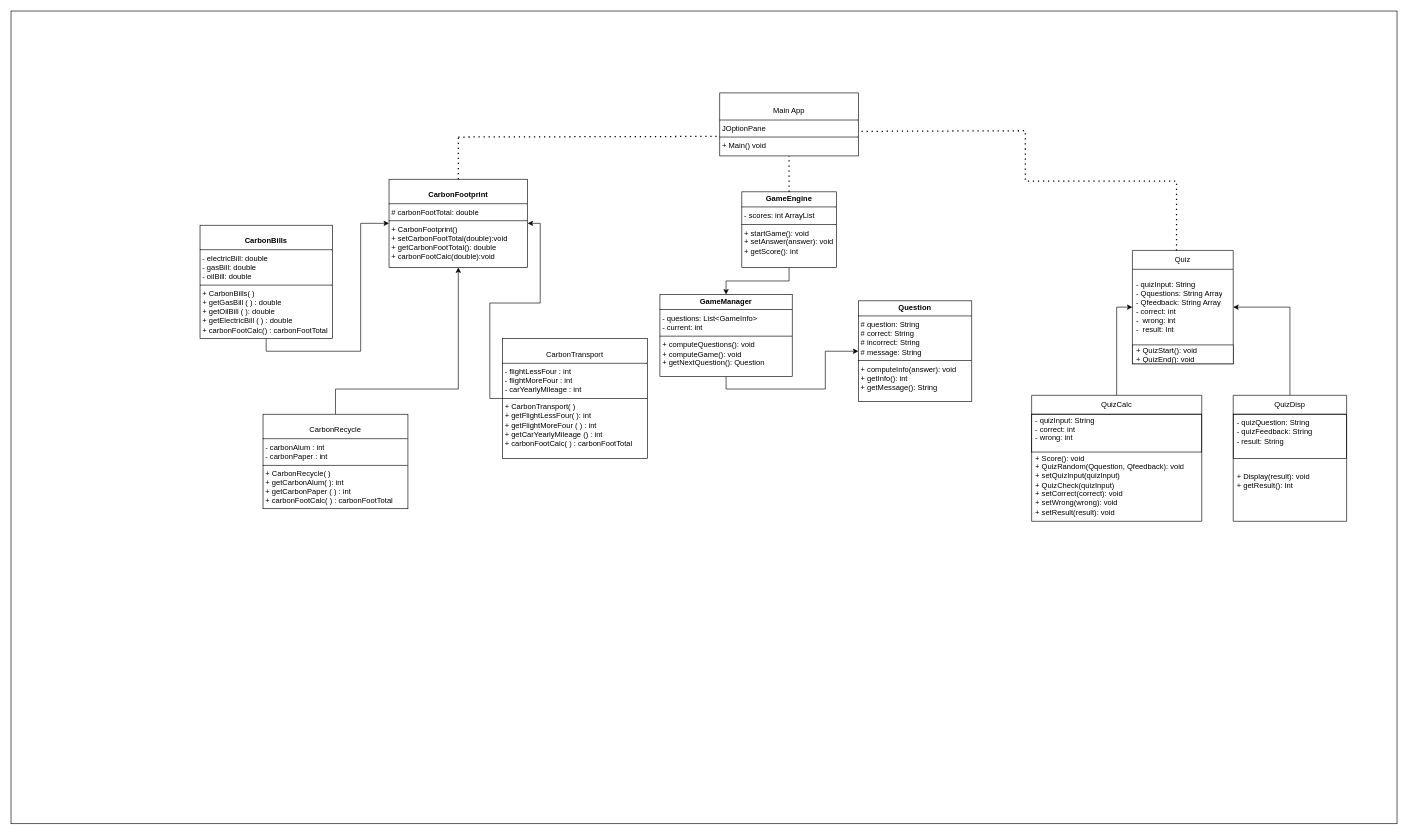
Earlier version of the draw.io diagram ClassDiagram.drawio (JordanTheCodeless/OOP_SDG_CA). Source tidied: cells renumbered, new cells numbered last; positions are measured from the earlier drawing's top-left corner, leaving out a move shared by most shapes. Both pictures are drawn from the tidied source at 63%, with x=0, y=0 at pixel (11, 11).
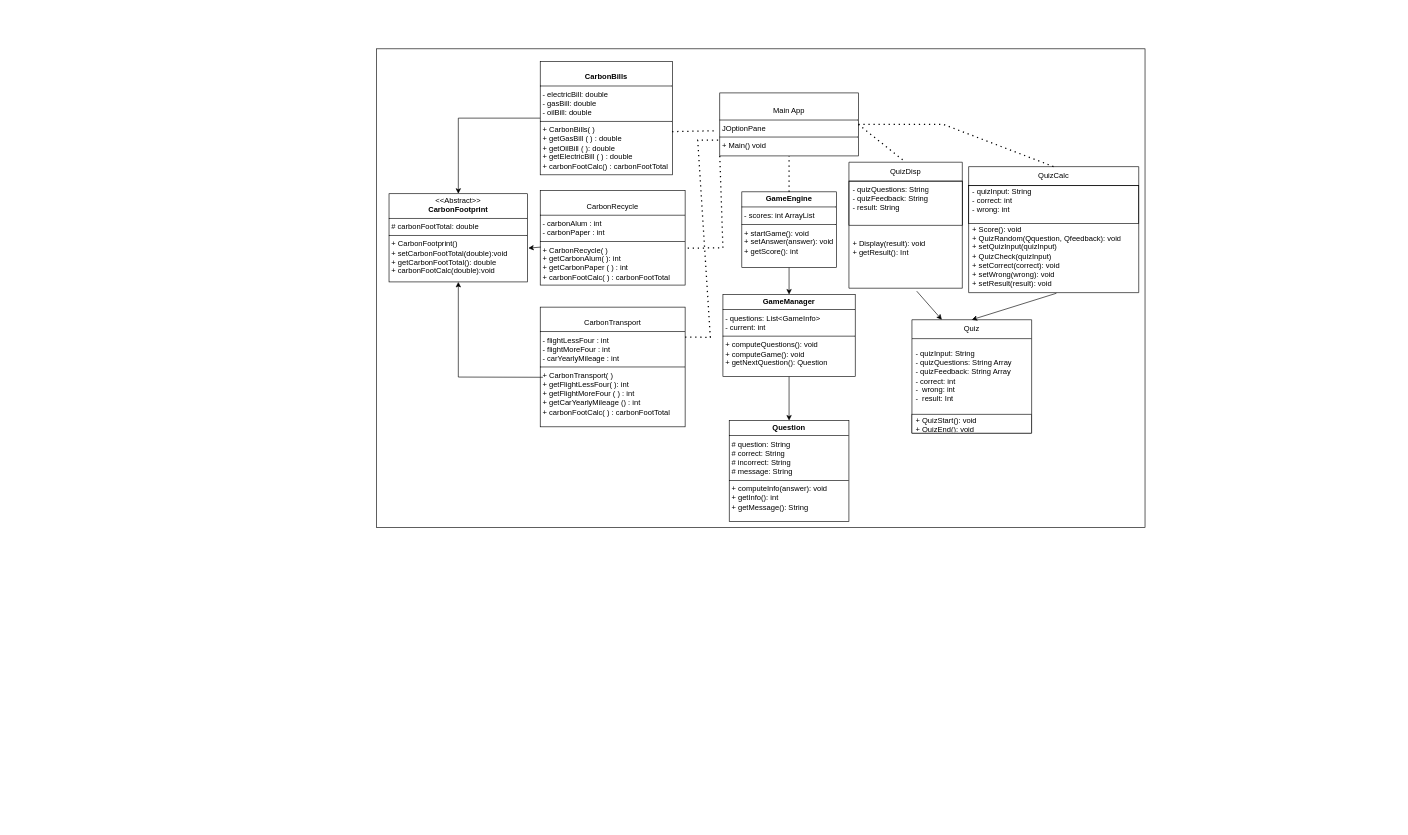
The same page after the edit.

Commit message (it also covers changes not shown here):
Class Diagram

The change refers to these unchanged cells:
```xml
<mxCell id="7" value="&lt;p style=&quot;margin:0px;margin-top:4px;text-align:center;&quot;&gt;&lt;b&gt;GameEngine&lt;/b&gt;&lt;/p&gt;&lt;hr size=&quot;1&quot; style=&quot;border-style:solid;&quot;&gt;&lt;p style=&quot;margin:0px;margin-left:4px;&quot;&gt;- scores: int ArrayList&amp;nbsp;&lt;/p&gt;&lt;hr size=&quot;1&quot; style=&quot;border-style:solid;&quot;&gt;&lt;p style=&quot;margin:0px;margin-left:4px;&quot;&gt;+ startGame(): void&lt;br&gt;&lt;/p&gt;&lt;p style=&quot;margin:0px;margin-left:4px;&quot;&gt;+ setAnswer(answer): void&lt;/p&gt;&lt;p style=&quot;margin:0px;margin-left:4px;&quot;&gt;+ getScore(): int&lt;/p&gt;" style="verticalAlign=top;align=left;overflow=fill;html=1;whiteSpace=wrap;" parent="1" vertex="1">
  <mxGeometry x="1160" y="287" width="150" height="120" as="geometry" />
</mxCell>
<mxCell id="18" value="&lt;div&gt;+ Score(): void&lt;br&gt;&lt;/div&gt;&lt;div&gt;+ QuizRandom(Qquestion, Qfeedback): void&lt;br&gt;&lt;/div&gt;&lt;div&gt;+ setQuizInput(quizInput)&lt;/div&gt;&lt;div&gt;+ QuizCheck(quizInput)&lt;br&gt;&lt;/div&gt;&lt;div&gt;+ setCorrect(correct): void&lt;br&gt;&lt;/div&gt;&lt;div&gt;+ setWrong(wrong): void&lt;br&gt;&lt;/div&gt;&lt;div&gt;+ setResult(result): void&lt;br&gt;&lt;/div&gt;&lt;div&gt;&lt;br&gt;&lt;/div&gt;" style="text;strokeColor=none;fillColor=none;align=left;verticalAlign=middle;spacingLeft=4;spacingRight=4;overflow=hidden;points=[[0,0.5],[1,0.5]];portConstraint=eastwest;whiteSpace=wrap;html=1;" parent="16" vertex="1">
  <mxGeometry y="90" width="270" height="110" as="geometry" />
</mxCell>
<mxCell id="22" value="&lt;div&gt;+ Display(result): void&lt;br&gt;&lt;/div&gt;&lt;div&gt;+ getResult(): Int&lt;br&gt;&lt;/div&gt;&lt;div&gt;&lt;br&gt;&lt;/div&gt;&lt;div&gt;&lt;br&gt;&lt;/div&gt;" style="text;strokeColor=none;fillColor=none;align=left;verticalAlign=middle;spacingLeft=4;spacingRight=4;overflow=hidden;points=[[0,0.5],[1,0.5]];portConstraint=eastwest;whiteSpace=wrap;html=1;" parent="20" vertex="1">
  <mxGeometry y="100" width="180" height="100" as="geometry" />
</mxCell>
<mxCell id="25" value="&lt;p style=&quot;margin:0px;margin-top:4px;text-align:center;&quot;&gt;&lt;br&gt;&lt;/p&gt;&lt;p style=&quot;margin:0px;margin-top:4px;text-align:center;&quot;&gt;Main App&lt;/p&gt;&lt;hr size=&quot;1&quot; style=&quot;border-style:solid;&quot;&gt;&lt;p style=&quot;margin:0px;margin-left:4px;&quot;&gt;JOptionPane&lt;/p&gt;&lt;hr size=&quot;1&quot; style=&quot;border-style:solid;&quot;&gt;&lt;p style=&quot;margin:0px;margin-left:4px;&quot;&gt;+ Main() void&lt;/p&gt;" style="verticalAlign=top;align=left;overflow=fill;html=1;whiteSpace=wrap;" parent="1" vertex="1">
  <mxGeometry x="1125" y="130" width="220" height="100" as="geometry" />
</mxCell>
```

Diff of the diagram source:
```diff
@@
     <mxCell id="2" style="rounded=0;whiteSpace=wrap;html=1;" parent="1" vertex="1">
-      <mxGeometry width="2200" height="1290" as="geometry" />
+      <mxGeometry x="580" y="60" width="1220" height="760" as="geometry" />
     </mxCell>
-    <mxCell id="3" value="&lt;p style=&quot;margin:0px;margin-top:4px;text-align:center;&quot;&gt;&lt;br&gt;&lt;b&gt;CarbonFootprint&lt;/b&gt;&lt;br&gt;&lt;/p&gt;&lt;hr size=&quot;1&quot; style=&quot;border-style:solid;&quot;&gt;&lt;p style=&quot;margin:0px;margin-left:4px;&quot;&gt;# carbonFootTotal: double&lt;br&gt;&lt;/p&gt;&lt;hr size=&quot;1&quot; style=&quot;border-style:solid;&quot;&gt;&lt;p style=&quot;margin:0px;margin-left:4px;&quot;&gt;+ CarbonFootprint()&lt;br&gt;+ setCarbonFootTotal(double):void&lt;/p&gt;&lt;p style=&quot;margin:0px;margin-left:4px;&quot;&gt;+ getCarbonFootTotal(): double&lt;/p&gt;&lt;p style=&quot;margin:0px;margin-left:4px;&quot;&gt;+ carbonFootCalc(double):void&lt;br&gt;&lt;/p&gt;" style="verticalAlign=top;align=left;overflow=fill;html=1;whiteSpace=wrap;" parent="1" vertex="1">
-      <mxGeometry x="600" y="267" width="220" height="140" as="geometry" />
+    <mxCell id="3" value="&lt;p style=&quot;margin:0px;margin-top:4px;text-align:center;&quot;&gt;&amp;lt;&amp;lt;Abstract&amp;gt;&amp;gt;&lt;br&gt;&lt;b&gt;CarbonFootprint&lt;/b&gt;&lt;br&gt;&lt;/p&gt;&lt;hr size=&quot;1&quot; style=&quot;border-style:solid;&quot;&gt;&lt;p style=&quot;margin:0px;margin-left:4px;&quot;&gt;# carbonFootTotal: double&lt;br&gt;&lt;/p&gt;&lt;hr size=&quot;1&quot; style=&quot;border-style:solid;&quot;&gt;&lt;p style=&quot;margin:0px;margin-left:4px;&quot;&gt;+ CarbonFootprint()&lt;br&gt;+ setCarbonFootTotal(double):void&lt;/p&gt;&lt;p style=&quot;margin:0px;margin-left:4px;&quot;&gt;+ getCarbonFootTotal(): double&lt;/p&gt;&lt;p style=&quot;margin:0px;margin-left:4px;&quot;&gt;+ carbonFootCalc(double):void&lt;br&gt;&lt;/p&gt;" style="verticalAlign=top;align=left;overflow=fill;html=1;whiteSpace=wrap;" parent="1" vertex="1">
+      <mxGeometry x="600" y="290" width="220" height="140" as="geometry" />
     </mxCell>
-    <mxCell id="4" style="edgeStyle=orthogonalEdgeStyle;rounded=0;jettySize=auto;html=1;exitX=0.5;exitY=1;exitDx=0;exitDy=0;" parent="1" edge="1" source="5" target="3">
-      <mxGeometry relative="1" as="geometry" />
-    </mxCell>
     <mxCell id="5" value="&lt;p style=&quot;margin:0px;margin-top:4px;text-align:center;&quot;&gt;&lt;br&gt;&lt;b&gt;CarbonBills&lt;/b&gt;&lt;br&gt;&lt;/p&gt;&lt;hr size=&quot;1&quot; style=&quot;border-style:solid;&quot;&gt;&lt;p style=&quot;margin:0px;margin-left:4px;&quot;&gt;- electricBill: double&lt;/p&gt;&lt;p style=&quot;margin:0px;margin-left:4px;&quot;&gt;- gasBill: double&lt;/p&gt;&lt;p style=&quot;margin:0px;margin-left:4px;&quot;&gt;- oilBill: double&lt;br&gt;&lt;/p&gt;&lt;hr size=&quot;1&quot; style=&quot;border-style:solid;&quot;&gt;&lt;p style=&quot;margin:0px;margin-left:4px;&quot;&gt;+ CarbonBills( )&lt;br&gt;&lt;/p&gt;&lt;p style=&quot;margin:0px;margin-left:4px;&quot;&gt;+ getGasBill ( ) : double&lt;br&gt;+ getOilBill ( ): double&lt;/p&gt;&lt;p style=&quot;margin:0px;margin-left:4px;&quot;&gt;+ getElectricBill ( ) : double&lt;/p&gt;&lt;p style=&quot;margin:0px;margin-left:4px;&quot;&gt;+ carbonFootCalc() : carbonFootTotal&lt;br&gt;&lt;/p&gt;" style="verticalAlign=top;align=left;overflow=fill;html=1;whiteSpace=wrap;" parent="1" vertex="1">
-      <mxGeometry x="300" y="340" width="210" height="180" as="geometry" />
+      <mxGeometry x="840" y="80" width="210" height="180" as="geometry" />
     </mxCell>
@@
-    <mxCell id="8" style="edgeStyle=orthogonalEdgeStyle;rounded=0;jettySize=auto;html=1;exitX=0.5;exitY=1;exitDx=0;exitDy=0;entryX=0;entryY=0.5;entryDx=0;entryDy=0;" parent="1" edge="1" source="9" target="11">
+    <mxCell id="8" style="edgeStyle=orthogonalEdgeStyle;rounded=0;jettySize=auto;html=1;exitX=0.5;exitY=1;exitDx=0;exitDy=0;" parent="1" edge="1" source="9" target="11">
       <mxGeometry relative="1" as="geometry" />
     </mxCell>
     <mxCell id="9" value="&lt;p style=&quot;margin:0px;margin-top:4px;text-align:center;&quot;&gt;&lt;b&gt;GameManager&lt;/b&gt;&lt;/p&gt;&lt;hr size=&quot;1&quot; style=&quot;border-style:solid;&quot;&gt;&lt;p style=&quot;margin: 0px 0px 0px 4px;&quot;&gt;&lt;span style=&quot;background-color: initial;&quot;&gt;- questions: List&amp;lt;GameInfo&amp;gt;&lt;/span&gt;&lt;br&gt;&lt;/p&gt;&lt;p style=&quot;margin: 0px 0px 0px 4px;&quot;&gt;&lt;span style=&quot;background-color: initial;&quot;&gt;- current: int&lt;/span&gt;&lt;/p&gt;&lt;hr size=&quot;1&quot; style=&quot;border-style:solid;&quot;&gt;&lt;p style=&quot;margin:0px;margin-left:4px;&quot;&gt;+ computeQuestions(): void&lt;/p&gt;&lt;p style=&quot;margin:0px;margin-left:4px;&quot;&gt;+ computeGame(): void&lt;/p&gt;&lt;p style=&quot;margin:0px;margin-left:4px;&quot;&gt;+ getNextQuestion(): Question&lt;/p&gt;" style="verticalAlign=top;align=left;overflow=fill;html=1;whiteSpace=wrap;" parent="1" vertex="1">
-      <mxGeometry x="1030" y="450" width="210" height="130" as="geometry" />
+      <mxGeometry x="1130" y="450" width="210" height="130" as="geometry" />
     </mxCell>
@@
     <mxCell id="11" value="&lt;p style=&quot;margin:0px;margin-top:4px;text-align:center;&quot;&gt;&lt;b&gt;Question&lt;/b&gt;&lt;/p&gt;&lt;hr size=&quot;1&quot; style=&quot;border-style:solid;&quot;&gt;&lt;p style=&quot;margin:0px;margin-left:4px;&quot;&gt;&lt;span style=&quot;background-color: initial;&quot;&gt;# question: String&amp;nbsp;&lt;/span&gt;&lt;br&gt;&lt;/p&gt;&lt;p style=&quot;margin:0px;margin-left:4px;&quot;&gt;# correct: String&amp;nbsp;&lt;/p&gt;&lt;p style=&quot;margin:0px;margin-left:4px;&quot;&gt;# incorrect: String&lt;/p&gt;&lt;p style=&quot;margin:0px;margin-left:4px;&quot;&gt;# message: String&lt;/p&gt;&lt;hr size=&quot;1&quot; style=&quot;border-style:solid;&quot;&gt;&lt;p style=&quot;margin:0px;margin-left:4px;&quot;&gt;&lt;span style=&quot;background-color: initial;&quot;&gt;+ computeInfo(answer): void&lt;/span&gt;&lt;/p&gt;&lt;p style=&quot;margin:0px;margin-left:4px;&quot;&gt;+ getInfo(): int&lt;/p&gt;&lt;p style=&quot;margin:0px;margin-left:4px;&quot;&gt;+ getMessage(): String&lt;/p&gt;" style="verticalAlign=top;align=left;overflow=fill;html=1;whiteSpace=wrap;" parent="1" vertex="1">
-      <mxGeometry x="1345" y="460" width="180" height="160" as="geometry" />
+      <mxGeometry x="1140" y="650" width="190" height="160" as="geometry" />
     </mxCell>
     <mxCell id="12" value="Quiz" style="swimlane;fontStyle=0;horizontal=1;startSize=30;whiteSpace=wrap;html=1;" parent="1" vertex="1">
-      <mxGeometry x="1780" y="380" width="160" height="180" as="geometry" />
+      <mxGeometry x="1430" y="490" width="190" height="180" as="geometry" />
     </mxCell>
-    <mxCell id="13" value="&lt;div&gt;- quizInput: String&lt;br&gt;&lt;/div&gt;&lt;div&gt;- Qquestions: String Array&lt;br&gt;&lt;/div&gt;&lt;div&gt;- Qfeedback: String Array&lt;br&gt;&lt;/div&gt;&lt;div&gt;- correct: int&lt;/div&gt;&lt;div&gt;-&amp;nbsp; wrong: int&lt;/div&gt;&lt;div&gt;-&amp;nbsp; result: Int&lt;br&gt;&lt;/div&gt;" style="text;strokeColor=none;fillColor=none;align=left;verticalAlign=middle;spacingLeft=4;spacingRight=4;overflow=hidden;points=[[0,0.5],[1,0.5]];portConstraint=eastwest;whiteSpace=wrap;html=1;" parent="12" vertex="1">
-      <mxGeometry y="30" width="160" height="120" as="geometry" />
+    <mxCell id="13" value="&lt;div&gt;- quizInput: String&lt;br&gt;&lt;/div&gt;&lt;div&gt;- quizQuestions: String Array&lt;br&gt;&lt;/div&gt;&lt;div&gt;- quizFeedback: String Array&lt;br&gt;&lt;/div&gt;&lt;div&gt;- correct: int&lt;/div&gt;&lt;div&gt;-&amp;nbsp; wrong: int&lt;/div&gt;&lt;div&gt;-&amp;nbsp; result: Int&lt;br&gt;&lt;/div&gt;" style="text;strokeColor=none;fillColor=none;align=left;verticalAlign=middle;spacingLeft=4;spacingRight=4;overflow=hidden;points=[[0,0.5],[1,0.5]];portConstraint=eastwest;whiteSpace=wrap;html=1;" parent="12" vertex="1">
+      <mxGeometry y="30" width="190" height="120" as="geometry" />
     </mxCell>
     <mxCell id="14" value="&lt;div&gt;+ QuizStart(): void&lt;/div&gt;&lt;div&gt;+ QuizEnd(): void&lt;br&gt;&lt;/div&gt;" style="text;strokeColor=default;fillColor=default;align=left;verticalAlign=middle;spacingLeft=4;spacingRight=4;overflow=hidden;whiteSpace=wrap;html=1;" parent="12" vertex="1">
-      <mxGeometry y="150" width="160" height="30" as="geometry" />
+      <mxGeometry y="150" width="190" height="30" as="geometry" />
     </mxCell>
-    <mxCell id="15" style="edgeStyle=orthogonalEdgeStyle;rounded=0;jettySize=auto;html=1;exitX=0.5;exitY=0;exitDx=0;exitDy=0;entryX=0;entryY=0.5;entryDx=0;entryDy=0;" parent="1" edge="1" source="16" target="13">
-      <mxGeometry relative="1" as="geometry" />
-    </mxCell>
     <mxCell id="16" value="QuizCalc" style="swimlane;fontStyle=0;horizontal=1;startSize=30;whiteSpace=wrap;html=1;" parent="1" vertex="1">
-      <mxGeometry x="1620" y="610" width="270" height="200" as="geometry" />
+      <mxGeometry x="1520" y="247" width="270" height="200" as="geometry" />
     </mxCell>
@@
-    <mxCell id="19" style="edgeStyle=orthogonalEdgeStyle;rounded=0;jettySize=auto;html=1;exitX=0.5;exitY=0;exitDx=0;exitDy=0;entryX=1;entryY=0.5;entryDx=0;entryDy=0;" parent="1" edge="1" source="20" target="13">
-      <mxGeometry relative="1" as="geometry" />
-    </mxCell>
     <mxCell id="20" value="QuizDisp" style="swimlane;fontStyle=0;horizontal=1;startSize=30;whiteSpace=wrap;html=1;" parent="1" vertex="1">
-      <mxGeometry x="1940" y="610" width="180" height="200" as="geometry" />
+      <mxGeometry x="1330" y="240" width="180" height="200" as="geometry" />
     </mxCell>
-    <mxCell id="21" value="&lt;div&gt;- quizQuestion: String&lt;/div&gt;&lt;div&gt;- quizFeedback: String&lt;br&gt;&lt;/div&gt;&lt;div&gt;- result: String&lt;/div&gt;&lt;div&gt;&lt;br&gt;&lt;/div&gt;" style="text;strokeColor=default;fillColor=none;align=left;verticalAlign=middle;spacingLeft=4;spacingRight=4;overflow=hidden;whiteSpace=wrap;html=1;" parent="20" vertex="1">
+    <mxCell id="21" value="&lt;div&gt;- quizQuestions: String&lt;/div&gt;&lt;div&gt;- quizFeedback: String&lt;br&gt;&lt;/div&gt;&lt;div&gt;- result: String&lt;/div&gt;&lt;div&gt;&lt;br&gt;&lt;/div&gt;" style="text;strokeColor=default;fillColor=none;align=left;verticalAlign=middle;spacingLeft=4;spacingRight=4;overflow=hidden;whiteSpace=wrap;html=1;" parent="20" vertex="1">
       <mxGeometry y="30" width="180" height="70" as="geometry" />
     </mxCell>
@@
-    <mxCell id="23" style="edgeStyle=orthogonalEdgeStyle;rounded=0;jettySize=auto;html=1;exitX=0;exitY=0.5;exitDx=0;exitDy=0;entryX=1;entryY=0.5;entryDx=0;entryDy=0;" parent="1" edge="1" source="24" target="3">
-      <mxGeometry relative="1" as="geometry" />
-    </mxCell>
     <mxCell id="24" value="&lt;p style=&quot;margin:0px;margin-top:4px;text-align:center;&quot;&gt;&lt;br&gt;CarbonTransport&lt;br&gt;&lt;/p&gt;&lt;hr size=&quot;1&quot; style=&quot;border-style:solid;&quot;&gt;&lt;p style=&quot;margin:0px;margin-left:4px;&quot;&gt;- flightLessFour : int&lt;br&gt;- flightMoreFour : int&lt;/p&gt;&lt;p style=&quot;margin:0px;margin-left:4px;&quot;&gt;- carYearlyMileage : int&lt;br&gt;&lt;/p&gt;&lt;hr size=&quot;1&quot; style=&quot;border-style:solid;&quot;&gt;&lt;p style=&quot;margin:0px;margin-left:4px;&quot;&gt;+ CarbonTransport( )&lt;/p&gt;&lt;p style=&quot;margin:0px;margin-left:4px;&quot;&gt;+ getFlightLessFour( ): int&lt;/p&gt;&lt;p style=&quot;margin:0px;margin-left:4px;&quot;&gt;+ getFlightMoreFour ( ) : int&lt;/p&gt;&lt;p style=&quot;margin:0px;margin-left:4px;&quot;&gt;+ getCarYearlyMileage () : int&lt;br&gt;&lt;/p&gt;&lt;p style=&quot;margin:0px;margin-left:4px;&quot;&gt;+ carbonFootCalc( ) : carbonFootTotal&lt;br&gt;&lt;/p&gt;&lt;p style=&quot;margin:0px;margin-left:4px;&quot;&gt;&lt;br&gt;&lt;/p&gt;" style="verticalAlign=top;align=left;overflow=fill;html=1;whiteSpace=wrap;" parent="1" vertex="1">
-      <mxGeometry x="780" y="520" width="230" height="190" as="geometry" />
+      <mxGeometry x="840" y="470" width="230" height="190" as="geometry" />
     </mxCell>
@@
+    <mxCell id="27" value="&lt;p style=&quot;margin:0px;margin-top:4px;text-align:center;&quot;&gt;&lt;br&gt;CarbonRecycle&lt;br&gt;&lt;/p&gt;&lt;hr size=&quot;1&quot; style=&quot;border-style:solid;&quot;&gt;&lt;p style=&quot;margin:0px;margin-left:4px;&quot;&gt;- carbonAlum : int&lt;br&gt;- carbonPaper : int&lt;br&gt;&lt;/p&gt;&lt;hr size=&quot;1&quot; style=&quot;border-style:solid;&quot;&gt;&lt;p style=&quot;margin:0px;margin-left:4px;&quot;&gt;+ CarbonRecycle( )&lt;/p&gt;&lt;p style=&quot;margin:0px;margin-left:4px;&quot;&gt;+ getCarbonAlum( ): int&lt;/p&gt;&lt;p style=&quot;margin:0px;margin-left:4px;&quot;&gt;+ getCarbonPaper ( ) : int&lt;/p&gt;&lt;p style=&quot;margin:0px;margin-left:4px;&quot;&gt;+ carbonFootCalc( ) : carbonFootTotal&lt;br&gt;&lt;/p&gt;&lt;p style=&quot;margin:0px;margin-left:4px;&quot;&gt;&lt;br&gt;&lt;/p&gt;" style="verticalAlign=top;align=left;overflow=fill;html=1;whiteSpace=wrap;" parent="1" vertex="1">
+      <mxGeometry x="840" y="285" width="230" height="150" as="geometry" />
+    </mxCell>
+    <mxCell id="29" style="endArrow=none;dashed=1;html=1;dashPattern=1 3;strokeWidth=2;rounded=0;entryX=0.5;entryY=1;entryDx=0;entryDy=0;exitX=0.5;exitY=0;exitDx=0;exitDy=0;edgeStyle=orthogonalEdgeStyle;" parent="1" edge="1" source="7" target="25">
+      <mxGeometry relative="1" as="geometry">
+        <Array as="points">
+          <mxPoint x="1235" y="250" />
+          <mxPoint x="1235" y="250" />
+        </Array>
+      </mxGeometry>
+    </mxCell>
+    <mxCell id="32" style="endArrow=classic;html=1;rounded=0;entryX=0.25;entryY=0;entryDx=0;entryDy=0;exitX=0.598;exitY=1.047;exitDx=0;exitDy=0;exitPerimeter=0;" parent="1" edge="1" source="22" target="12">
+      <mxGeometry relative="1" as="geometry" />
+    </mxCell>
+    <mxCell id="33" style="endArrow=none;dashed=1;html=1;dashPattern=1 3;strokeWidth=2;rounded=0;exitX=1;exitY=0.5;exitDx=0;exitDy=0;entryX=0.5;entryY=0;entryDx=0;entryDy=0;" parent="1" edge="1" source="25" target="16">
+      <mxGeometry relative="1" as="geometry">
+        <Array as="points">
+          <mxPoint x="1480" y="180" />
+        </Array>
+      </mxGeometry>
+    </mxCell>
+    <mxCell id="34" style="endArrow=classic;html=1;rounded=0;entryX=0.5;entryY=0;entryDx=0;entryDy=0;exitX=0.516;exitY=1.009;exitDx=0;exitDy=0;exitPerimeter=0;" parent="1" edge="1" source="18" target="12">
+      <mxGeometry relative="1" as="geometry" />
+    </mxCell>
+    <mxCell id="4" style="endArrow=classic;html=1;rounded=0;exitX=0;exitY=0.5;exitDx=0;exitDy=0;entryX=0.5;entryY=0;entryDx=0;entryDy=0;" parent="1" edge="1" source="5" target="3">
+      <mxGeometry relative="1" as="geometry">
+        <Array as="points">
+          <mxPoint x="710" y="170" />
+        </Array>
+      </mxGeometry>
+    </mxCell>
-    <mxCell id="26" style="edgeStyle=orthogonalEdgeStyle;rounded=0;jettySize=auto;html=1;exitX=0.5;exitY=1;exitDx=0;exitDy=0;entryX=0.5;entryY=1;entryDx=0;entryDy=0;" parent="1" edge="1" source="27" target="3">
-      <mxGeometry relative="1" as="geometry">
-        <Array as="points">
-          <mxPoint x="515" y="600" />
-          <mxPoint x="710" y="600" />
-        </Array>
-      </mxGeometry>
+    <mxCell id="26" style="endArrow=classic;html=1;rounded=0;exitX=0.004;exitY=0.598;exitDx=0;exitDy=0;exitPerimeter=0;entryX=1.005;entryY=0.617;entryDx=0;entryDy=0;entryPerimeter=0;" parent="1" edge="1" source="27" target="3">
+      <mxGeometry relative="1" as="geometry" />
     </mxCell>
-    <mxCell id="27" value="&lt;p style=&quot;margin:0px;margin-top:4px;text-align:center;&quot;&gt;&lt;br&gt;CarbonRecycle&lt;br&gt;&lt;/p&gt;&lt;hr size=&quot;1&quot; style=&quot;border-style:solid;&quot;&gt;&lt;p style=&quot;margin:0px;margin-left:4px;&quot;&gt;- carbonAlum : int&lt;br&gt;- carbonPaper : int&lt;br&gt;&lt;/p&gt;&lt;hr size=&quot;1&quot; style=&quot;border-style:solid;&quot;&gt;&lt;p style=&quot;margin:0px;margin-left:4px;&quot;&gt;+ CarbonRecycle( )&lt;/p&gt;&lt;p style=&quot;margin:0px;margin-left:4px;&quot;&gt;+ getCarbonAlum( ): int&lt;/p&gt;&lt;p style=&quot;margin:0px;margin-left:4px;&quot;&gt;+ getCarbonPaper ( ) : int&lt;/p&gt;&lt;p style=&quot;margin:0px;margin-left:4px;&quot;&gt;+ carbonFootCalc( ) : carbonFootTotal&lt;br&gt;&lt;/p&gt;&lt;p style=&quot;margin:0px;margin-left:4px;&quot;&gt;&lt;br&gt;&lt;/p&gt;" style="verticalAlign=top;align=left;overflow=fill;html=1;whiteSpace=wrap;" parent="1" vertex="1">
-      <mxGeometry x="400" y="640" width="230" height="150" as="geometry" />
-    </mxCell>
-    <mxCell id="28" style="endArrow=none;dashed=1;html=1;dashPattern=1 3;strokeWidth=2;rounded=0;entryX=0.995;entryY=0.61;entryDx=0;entryDy=0;exitX=0.5;exitY=0;exitDx=0;exitDy=0;edgeStyle=orthogonalEdgeStyle;entryPerimeter=0;" parent="1" edge="1" target="25">
-      <mxGeometry relative="1" as="geometry">
-        <mxPoint x="1850" y="380" as="sourcePoint" />
-        <Array as="points">
-          <mxPoint x="1850" y="270" />
-          <mxPoint x="1610" y="270" />
-          <mxPoint x="1610" y="190" />
-        </Array>
-      </mxGeometry>
-    </mxCell>
-    <mxCell id="29" style="endArrow=none;dashed=1;html=1;dashPattern=1 3;strokeWidth=2;rounded=0;entryX=0.5;entryY=1;entryDx=0;entryDy=0;exitX=0.5;exitY=0;exitDx=0;exitDy=0;edgeStyle=orthogonalEdgeStyle;" parent="1" edge="1" source="7" target="25">
-      <mxGeometry relative="1" as="geometry">
-        <Array as="points">
-          <mxPoint x="1235" y="250" />
-          <mxPoint x="1235" y="250" />
-        </Array>
-      </mxGeometry>
-    </mxCell>
-    <mxCell id="30" style="endArrow=none;dashed=1;html=1;dashPattern=1 3;strokeWidth=2;rounded=0;" parent="1" edge="1" source="3">
-      <mxGeometry relative="1" as="geometry">
-        <mxPoint x="710" y="196.3" as="targetPoint" />
-      </mxGeometry>
-    </mxCell>
-    <mxCell id="31" style="endArrow=none;dashed=1;html=1;dashPattern=1 3;strokeWidth=2;rounded=0;entryX=-0.005;entryY=0.69;entryDx=0;entryDy=0;entryPerimeter=0;" parent="1" edge="1" target="25">
-      <mxGeometry relative="1" as="geometry">
-        <mxPoint x="710" y="200" as="sourcePoint" />
-      </mxGeometry>
-    </mxCell>
+    <mxCell id="23" style="endArrow=classic;html=1;rounded=0;entryX=0.5;entryY=1;entryDx=0;entryDy=0;exitX=0.019;exitY=0.586;exitDx=0;exitDy=0;exitPerimeter=0;" parent="1" edge="1" source="24" target="3">
+      <mxGeometry relative="1" as="geometry">
+        <Array as="points">
+          <mxPoint x="710" y="581" />
+        </Array>
+      </mxGeometry>
+    </mxCell>
+    <mxCell id="35" style="endArrow=none;dashed=1;html=1;dashPattern=1 3;strokeWidth=2;rounded=0;entryX=1.004;entryY=0.609;entryDx=0;entryDy=0;entryPerimeter=0;exitX=0;exitY=1;exitDx=0;exitDy=0;" parent="1" edge="1" source="25" target="27">
+      <mxGeometry relative="1" as="geometry">
+        <Array as="points">
+          <mxPoint x="1130" y="376" />
+        </Array>
+      </mxGeometry>
+    </mxCell>
+    <mxCell id="36" style="endArrow=none;dashed=1;html=1;dashPattern=1 3;strokeWidth=2;rounded=0;exitX=0.997;exitY=0.619;exitDx=0;exitDy=0;exitPerimeter=0;" parent="1" edge="1" source="5">
+      <mxGeometry relative="1" as="geometry">
+        <mxPoint x="1120" y="190" as="targetPoint" />
+      </mxGeometry>
+    </mxCell>
+    <mxCell id="37" style="endArrow=none;dashed=1;html=1;dashPattern=1 3;strokeWidth=2;rounded=0;entryX=0;entryY=0.75;entryDx=0;entryDy=0;exitX=1;exitY=0.25;exitDx=0;exitDy=0;" parent="1" edge="1" source="24" target="25">
+      <mxGeometry relative="1" as="geometry">
+        <Array as="points">
+          <mxPoint x="1110" y="518" />
+          <mxPoint x="1090" y="205" />
+        </Array>
+      </mxGeometry>
+    </mxCell>
+    <mxCell id="38" style="endArrow=none;dashed=1;html=1;dashPattern=1 3;strokeWidth=2;rounded=0;exitX=1;exitY=0.5;exitDx=0;exitDy=0;entryX=0.5;entryY=0;entryDx=0;entryDy=0;" parent="1" edge="1" source="25" target="20">
+      <mxGeometry relative="1" as="geometry" />
+    </mxCell>
```
